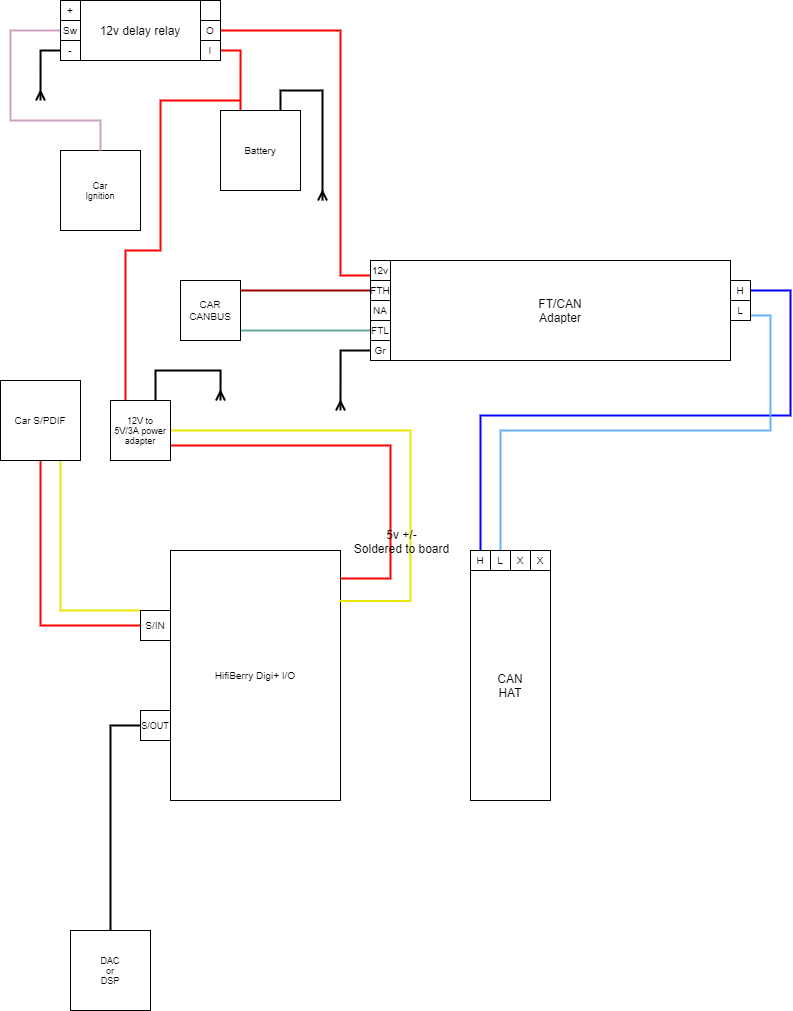
Above: images/CANBusConnections.png in joshpatten/HyundaiCan (draw.io), before the change. Source tidied: cells renumbered, new cells last; positions are measured from the earlier drawing's top-left corner, leaving out a move shared by most shapes. The source it was exported from:
```xml
<mxGraphModel>
  <root>
    <mxCell id="0" />
    <mxCell id="1" parent="0" />
    <mxCell id="2" value="FT/CAN&lt;br&gt;Adapter" style="rounded=0;whiteSpace=wrap;html=1;" parent="1" vertex="1">
      <mxGeometry x="390" y="260" width="340" height="100" as="geometry" />
    </mxCell>
    <mxCell id="3" style="edgeStyle=orthogonalEdgeStyle;rounded=0;jettySize=auto;html=1;exitX=0;exitY=0.75;exitDx=0;exitDy=0;entryX=1;entryY=0.5;entryDx=0;entryDy=0;fontSize=12;endArrow=none;endFill=0;strokeWidth=2;strokeColor=#FF0000;" parent="1" edge="1" source="4" target="42">
      <mxGeometry relative="1" as="geometry">
        <Array as="points">
          <mxPoint x="340" y="275" />
          <mxPoint x="340" y="30" />
        </Array>
      </mxGeometry>
    </mxCell>
    <mxCell id="4" value="12v" style="whiteSpace=wrap;html=1;fontSize=10;" parent="1" vertex="1">
      <mxGeometry x="370" y="260" width="20" height="20" as="geometry" />
    </mxCell>
    <mxCell id="5" style="edgeStyle=orthogonalEdgeStyle;rounded=0;jettySize=auto;html=1;exitX=0;exitY=0.5;exitDx=0;exitDy=0;fontSize=10;endArrow=none;endFill=0;strokeWidth=2;strokeColor=#990000;" parent="1" edge="1" source="6">
      <mxGeometry relative="1" as="geometry">
        <mxPoint x="240" y="290" as="targetPoint" />
      </mxGeometry>
    </mxCell>
    <mxCell id="6" value="FTH" style="whiteSpace=wrap;html=1;fontSize=10;" parent="1" vertex="1">
      <mxGeometry x="370" y="280" width="20" height="20" as="geometry" />
    </mxCell>
    <mxCell id="7" value="NA" style="whiteSpace=wrap;html=1;fontSize=10;" parent="1" vertex="1">
      <mxGeometry x="370" y="300" width="20" height="20" as="geometry" />
    </mxCell>
    <mxCell id="8" style="edgeStyle=orthogonalEdgeStyle;rounded=0;jettySize=auto;html=1;exitX=0;exitY=0.5;exitDx=0;exitDy=0;fontSize=10;endArrow=none;endFill=0;strokeWidth=2;strokeColor=#67AB9F;" parent="1" edge="1" source="9">
      <mxGeometry relative="1" as="geometry">
        <mxPoint x="240" y="330" as="targetPoint" />
      </mxGeometry>
    </mxCell>
    <mxCell id="9" value="FTL" style="whiteSpace=wrap;html=1;fontSize=10;" parent="1" vertex="1">
      <mxGeometry x="370" y="320" width="20" height="20" as="geometry" />
    </mxCell>
    <mxCell id="10" style="edgeStyle=orthogonalEdgeStyle;rounded=0;jettySize=auto;html=1;exitX=0;exitY=0.5;exitDx=0;exitDy=0;fontSize=12;endArrow=ERmany;endFill=0;strokeColor=#000000;strokeWidth=2;" parent="1" edge="1" source="11">
      <mxGeometry relative="1" as="geometry">
        <mxPoint x="340" y="410" as="targetPoint" />
      </mxGeometry>
    </mxCell>
    <mxCell id="11" value="Gr" style="whiteSpace=wrap;html=1;fontSize=10;" parent="1" vertex="1">
      <mxGeometry x="370" y="340" width="20" height="20" as="geometry" />
    </mxCell>
    <mxCell id="12" style="edgeStyle=orthogonalEdgeStyle;rounded=0;jettySize=auto;html=1;exitX=1;exitY=0.5;exitDx=0;exitDy=0;fontSize=12;endArrow=none;endFill=0;strokeWidth=2;strokeColor=#0000FF;" parent="1" edge="1" source="13" target="45">
      <mxGeometry relative="1" as="geometry">
        <Array as="points">
          <mxPoint x="790" y="290" />
          <mxPoint x="790" y="415" />
          <mxPoint x="480" y="415" />
        </Array>
      </mxGeometry>
    </mxCell>
    <mxCell id="13" value="H" style="whiteSpace=wrap;html=1;fontSize=10;" parent="1" vertex="1">
      <mxGeometry x="730" y="280" width="20" height="20" as="geometry" />
    </mxCell>
    <mxCell id="14" style="edgeStyle=orthogonalEdgeStyle;rounded=0;jettySize=auto;html=1;exitX=1;exitY=0.75;exitDx=0;exitDy=0;entryX=0.5;entryY=0;entryDx=0;entryDy=0;fontSize=12;endArrow=none;endFill=0;strokeWidth=2;strokeColor=#66B2FF;" parent="1" edge="1" source="15" target="46">
      <mxGeometry relative="1" as="geometry">
        <Array as="points">
          <mxPoint x="770" y="315" />
          <mxPoint x="770" y="430" />
          <mxPoint x="500" y="430" />
        </Array>
      </mxGeometry>
    </mxCell>
    <mxCell id="15" value="L" style="whiteSpace=wrap;html=1;fontSize=10;" parent="1" vertex="1">
      <mxGeometry x="730" y="300" width="20" height="20" as="geometry" />
    </mxCell>
    <mxCell id="16" value="CAR&lt;br&gt;CANBUS" style="rounded=0;whiteSpace=wrap;html=1;fontSize=10;" parent="1" vertex="1">
      <mxGeometry x="180" y="280" width="60" height="60" as="geometry" />
    </mxCell>
    <mxCell id="17" style="edgeStyle=orthogonalEdgeStyle;rounded=0;jettySize=auto;html=1;exitX=0.75;exitY=0;exitDx=0;exitDy=0;fontSize=12;endArrow=ERmany;endFill=0;strokeColor=#000000;strokeWidth=2;" parent="1" edge="1" source="19">
      <mxGeometry relative="1" as="geometry">
        <mxPoint x="322" y="200" as="targetPoint" />
      </mxGeometry>
    </mxCell>
    <mxCell id="18" style="edgeStyle=orthogonalEdgeStyle;rounded=0;jettySize=auto;html=1;exitX=0.25;exitY=0;exitDx=0;exitDy=0;fontSize=12;endArrow=none;endFill=0;strokeWidth=2;strokeColor=#FF0000;entryX=1;entryY=0.5;entryDx=0;entryDy=0;" parent="1" edge="1" source="19" target="43">
      <mxGeometry relative="1" as="geometry">
        <Array as="points">
          <mxPoint x="240" y="50" />
        </Array>
      </mxGeometry>
    </mxCell>
    <mxCell id="19" value="Battery" style="whiteSpace=wrap;html=1;fontSize=10;" parent="1" vertex="1">
      <mxGeometry x="220" y="110" width="80" height="80" as="geometry" />
    </mxCell>
    <mxCell id="20" value="&lt;font size=&quot;1&quot;&gt;HifiBerry Digi+ I/O&lt;/font&gt;" style="rounded=0;whiteSpace=wrap;html=1;fontSize=10;" parent="1" vertex="1">
      <mxGeometry x="170" y="550" width="170" height="250" as="geometry" />
    </mxCell>
    <mxCell id="21" style="edgeStyle=orthogonalEdgeStyle;rounded=0;jettySize=auto;html=1;exitX=0.5;exitY=1;exitDx=0;exitDy=0;entryX=0;entryY=0.5;entryDx=0;entryDy=0;fontSize=9;endArrow=none;endFill=0;strokeWidth=2;strokeColor=#FF0000;" parent="1" edge="1" source="23" target="24">
      <mxGeometry relative="1" as="geometry" />
    </mxCell>
    <mxCell id="22" style="edgeStyle=orthogonalEdgeStyle;rounded=0;jettySize=auto;html=1;exitX=0.75;exitY=1;exitDx=0;exitDy=0;entryX=0;entryY=0;entryDx=0;entryDy=0;fontSize=9;endArrow=none;endFill=0;strokeWidth=2;strokeColor=#E8E800;" parent="1" edge="1" source="23" target="24">
      <mxGeometry relative="1" as="geometry">
        <Array as="points">
          <mxPoint x="60" y="610" />
        </Array>
      </mxGeometry>
    </mxCell>
    <mxCell id="23" value="Car S/PDIF" style="whiteSpace=wrap;html=1;fontSize=10;" parent="1" vertex="1">
      <mxGeometry y="380" width="80" height="80" as="geometry" />
    </mxCell>
    <mxCell id="24" value="S/IN" style="whiteSpace=wrap;html=1;fontSize=10;" parent="1" vertex="1">
      <mxGeometry x="140" y="610" width="30" height="30" as="geometry" />
    </mxCell>
    <mxCell id="25" style="edgeStyle=orthogonalEdgeStyle;rounded=0;jettySize=auto;html=1;exitX=0;exitY=0.5;exitDx=0;exitDy=0;entryX=0.5;entryY=0;entryDx=0;entryDy=0;fontSize=9;endArrow=none;endFill=0;strokeWidth=2;" parent="1" edge="1" source="26" target="33">
      <mxGeometry relative="1" as="geometry" />
    </mxCell>
    <mxCell id="26" value="S/OUT" style="whiteSpace=wrap;html=1;fontSize=9;" parent="1" vertex="1">
      <mxGeometry x="140" y="710" width="30" height="30" as="geometry" />
    </mxCell>
    <mxCell id="27" style="edgeStyle=orthogonalEdgeStyle;rounded=0;jettySize=auto;html=1;exitX=1;exitY=0.75;exitDx=0;exitDy=0;entryX=1;entryY=0.112;entryDx=0;entryDy=0;entryPerimeter=0;fontSize=9;endArrow=none;endFill=0;strokeWidth=2;strokeColor=#FF0000;" parent="1" edge="1" source="32" target="20">
      <mxGeometry relative="1" as="geometry">
        <Array as="points">
          <mxPoint x="390" y="445" />
          <mxPoint x="390" y="578" />
        </Array>
      </mxGeometry>
    </mxCell>
    <mxCell id="28" style="edgeStyle=orthogonalEdgeStyle;rounded=0;jettySize=auto;html=1;exitX=1;exitY=0.5;exitDx=0;exitDy=0;entryX=0.994;entryY=0.202;entryDx=0;entryDy=0;entryPerimeter=0;fontSize=9;endArrow=none;endFill=0;strokeWidth=2;strokeColor=#E8E800;" parent="1" edge="1" source="32" target="20">
      <mxGeometry relative="1" as="geometry">
        <Array as="points">
          <mxPoint x="410" y="430" />
          <mxPoint x="410" y="600" />
        </Array>
      </mxGeometry>
    </mxCell>
    <mxCell id="29" value="&lt;font style=&quot;font-size: 12px&quot;&gt;5v +/-&lt;br&gt;Soldered to board&lt;/font&gt;" style="edgeLabel;html=1;align=center;verticalAlign=middle;fontSize=9;labelBackgroundColor=none;" parent="28" vertex="1">
      <mxGeometry x="0.17" y="4" relative="1" as="geometry">
        <mxPoint x="-14" y="69" as="offset" />
      </mxGeometry>
    </mxCell>
    <mxCell id="30" style="edgeStyle=orthogonalEdgeStyle;rounded=0;jettySize=auto;html=1;exitX=0.25;exitY=0;exitDx=0;exitDy=0;fontSize=12;endArrow=none;endFill=0;strokeWidth=2;strokeColor=#FF0000;" parent="1" edge="1" source="32">
      <mxGeometry relative="1" as="geometry">
        <mxPoint x="240" y="100" as="targetPoint" />
        <Array as="points">
          <mxPoint x="125" y="250" />
          <mxPoint x="160" y="250" />
          <mxPoint x="160" y="100" />
        </Array>
      </mxGeometry>
    </mxCell>
    <mxCell id="31" style="edgeStyle=orthogonalEdgeStyle;rounded=0;jettySize=auto;html=1;exitX=0.75;exitY=0;exitDx=0;exitDy=0;fontSize=12;endArrow=ERmany;endFill=0;strokeWidth=2;" parent="1" edge="1" source="32">
      <mxGeometry relative="1" as="geometry">
        <mxPoint x="220" y="400" as="targetPoint" />
        <Array as="points">
          <mxPoint x="155" y="370" />
          <mxPoint x="220" y="370" />
        </Array>
      </mxGeometry>
    </mxCell>
    <mxCell id="32" value="12V to&lt;br&gt;5V/3A power&lt;br&gt;adapter" style="whiteSpace=wrap;html=1;fontSize=9;" parent="1" vertex="1">
      <mxGeometry x="110" y="400" width="60" height="60" as="geometry" />
    </mxCell>
    <mxCell id="33" value="DAC&lt;br&gt;or&lt;br&gt;DSP" style="whiteSpace=wrap;html=1;labelBackgroundColor=none;fontSize=9;" parent="1" vertex="1">
      <mxGeometry x="70" y="930" width="80" height="80" as="geometry" />
    </mxCell>
    <mxCell id="34" value="Car&lt;br&gt;Ignition" style="whiteSpace=wrap;html=1;labelBackgroundColor=none;fontSize=9;" parent="1" vertex="1">
      <mxGeometry x="60" y="150" width="80" height="80" as="geometry" />
    </mxCell>
    <mxCell id="35" value="12v delay relay" style="rounded=0;whiteSpace=wrap;html=1;labelBackgroundColor=none;fontSize=12;" parent="1" vertex="1">
      <mxGeometry x="80" width="120" height="60" as="geometry" />
    </mxCell>
    <mxCell id="36" value="+" style="whiteSpace=wrap;html=1;fontSize=10;" parent="1" vertex="1">
      <mxGeometry x="60" width="20" height="20" as="geometry" />
    </mxCell>
    <mxCell id="37" style="edgeStyle=orthogonalEdgeStyle;rounded=0;jettySize=auto;html=1;exitX=0;exitY=0.5;exitDx=0;exitDy=0;entryX=0.5;entryY=0;entryDx=0;entryDy=0;fontSize=12;endArrow=none;endFill=0;strokeWidth=2;strokeColor=#CDA2BE;" parent="1" edge="1" source="38" target="34">
      <mxGeometry relative="1" as="geometry">
        <Array as="points">
          <mxPoint x="10" y="30" />
          <mxPoint x="10" y="120" />
          <mxPoint x="100" y="120" />
        </Array>
      </mxGeometry>
    </mxCell>
    <mxCell id="38" value="Sw" style="whiteSpace=wrap;html=1;fontSize=10;" parent="1" vertex="1">
      <mxGeometry x="60" y="20" width="20" height="20" as="geometry" />
    </mxCell>
    <mxCell id="39" style="edgeStyle=orthogonalEdgeStyle;rounded=0;jettySize=auto;html=1;exitX=0;exitY=0.5;exitDx=0;exitDy=0;fontSize=12;endArrow=ERmany;endFill=0;strokeWidth=2;" parent="1" edge="1" source="40">
      <mxGeometry relative="1" as="geometry">
        <mxPoint x="40" y="100" as="targetPoint" />
      </mxGeometry>
    </mxCell>
    <mxCell id="40" value="-" style="whiteSpace=wrap;html=1;fontSize=10;" parent="1" vertex="1">
      <mxGeometry x="60" y="40" width="20" height="20" as="geometry" />
    </mxCell>
    <mxCell id="41" style="whiteSpace=wrap;html=1;fontSize=10;" parent="1" vertex="1">
      <mxGeometry x="200" width="20" height="20" as="geometry" />
    </mxCell>
    <mxCell id="42" value="O" style="whiteSpace=wrap;html=1;fontSize=10;" parent="1" vertex="1">
      <mxGeometry x="200" y="20" width="20" height="20" as="geometry" />
    </mxCell>
    <mxCell id="43" value="I" style="whiteSpace=wrap;html=1;fontSize=10;" parent="1" vertex="1">
      <mxGeometry x="200" y="40" width="20" height="20" as="geometry" />
    </mxCell>
    <mxCell id="44" value="CAN&lt;br&gt;HAT" style="rounded=0;whiteSpace=wrap;html=1;labelBackgroundColor=none;fontSize=12;" parent="1" vertex="1">
      <mxGeometry x="470" y="570" width="80" height="230" as="geometry" />
    </mxCell>
    <mxCell id="45" value="H" style="whiteSpace=wrap;html=1;fontSize=10;" parent="1" vertex="1">
      <mxGeometry x="470" y="550" width="20" height="20" as="geometry" />
    </mxCell>
    <mxCell id="46" value="L" style="whiteSpace=wrap;html=1;fontSize=10;" parent="1" vertex="1">
      <mxGeometry x="490" y="550" width="20" height="20" as="geometry" />
    </mxCell>
    <mxCell id="47" value="X" style="whiteSpace=wrap;html=1;fontSize=10;" parent="1" vertex="1">
      <mxGeometry x="510" y="550" width="20" height="20" as="geometry" />
    </mxCell>
    <mxCell id="48" value="X" style="whiteSpace=wrap;html=1;fontSize=10;" parent="1" vertex="1">
      <mxGeometry x="530" y="550" width="20" height="20" as="geometry" />
    </mxCell>
  </root>
</mxGraphModel>
```
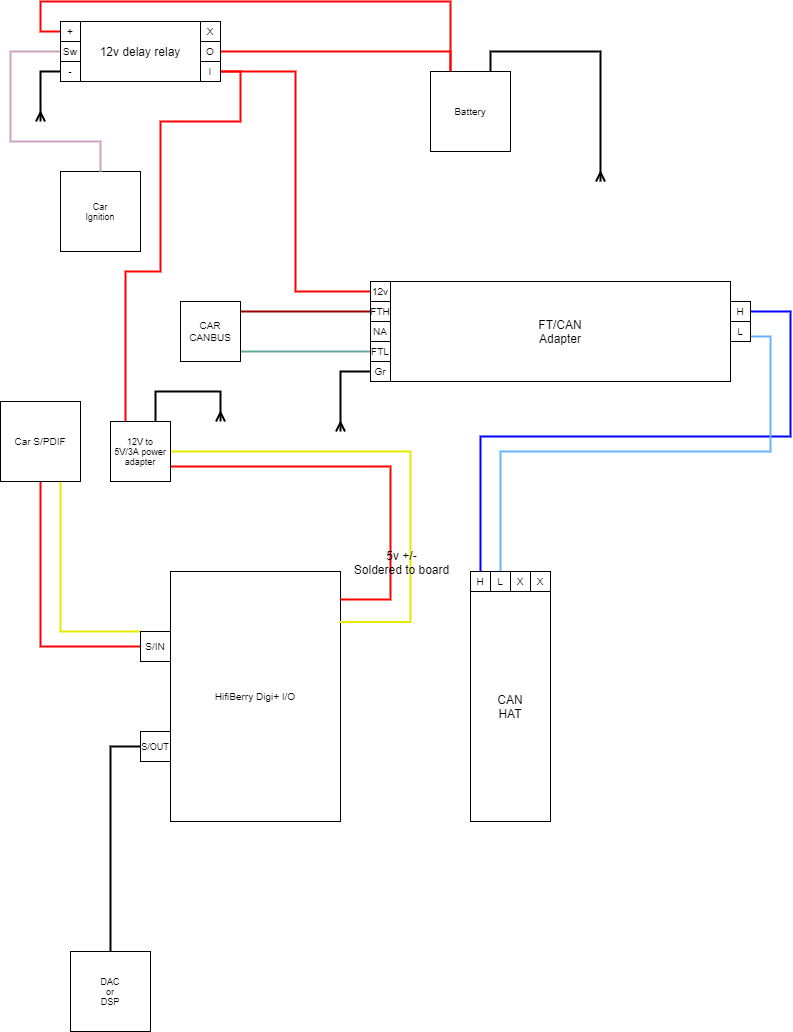
Above is the later version.

What changed in the source:
```diff
@@ -5,14 +5,9 @@
     <mxCell id="2" value="FT/CAN&lt;br&gt;Adapter" style="rounded=0;whiteSpace=wrap;html=1;" parent="1" vertex="1">
       <mxGeometry x="390" y="260" width="340" height="100" as="geometry" />
     </mxCell>
-    <mxCell id="3" style="edgeStyle=orthogonalEdgeStyle;rounded=0;jettySize=auto;html=1;exitX=0;exitY=0.75;exitDx=0;exitDy=0;entryX=1;entryY=0.5;entryDx=0;entryDy=0;fontSize=12;endArrow=none;endFill=0;strokeWidth=2;strokeColor=#FF0000;" parent="1" edge="1" source="4" target="42">
-      <mxGeometry relative="1" as="geometry">
-        <Array as="points">
-          <mxPoint x="340" y="275" />
-          <mxPoint x="340" y="30" />
-        </Array>
-      </mxGeometry>
-    </mxCell>
+    <mxCell id="49" style="edgeStyle=orthogonalEdgeStyle;rounded=0;jettySize=auto;html=1;exitX=0;exitY=0.5;exitDx=0;exitDy=0;entryX=1;entryY=0.5;entryDx=0;entryDy=0;endArrow=none;endFill=0;strokeColor=#FF0000;strokeWidth=2;" parent="1" edge="1" source="4" target="43">
+      <mxGeometry relative="1" as="geometry" />
+    </mxCell>
     <mxCell id="4" value="12v" style="whiteSpace=wrap;html=1;fontSize=10;" parent="1" vertex="1">
       <mxGeometry x="370" y="260" width="20" height="20" as="geometry" />
     </mxCell>
@@ -72,18 +67,27 @@
     </mxCell>
     <mxCell id="17" style="edgeStyle=orthogonalEdgeStyle;rounded=0;jettySize=auto;html=1;exitX=0.75;exitY=0;exitDx=0;exitDy=0;fontSize=12;endArrow=ERmany;endFill=0;strokeColor=#000000;strokeWidth=2;" parent="1" edge="1" source="19">
       <mxGeometry relative="1" as="geometry">
-        <mxPoint x="322" y="200" as="targetPoint" />
+        <mxPoint x="600" y="160" as="targetPoint" />
       </mxGeometry>
     </mxCell>
-    <mxCell id="18" style="edgeStyle=orthogonalEdgeStyle;rounded=0;jettySize=auto;html=1;exitX=0.25;exitY=0;exitDx=0;exitDy=0;fontSize=12;endArrow=none;endFill=0;strokeWidth=2;strokeColor=#FF0000;entryX=1;entryY=0.5;entryDx=0;entryDy=0;" parent="1" edge="1" source="19" target="43">
+    <mxCell id="18" style="edgeStyle=orthogonalEdgeStyle;rounded=0;jettySize=auto;html=1;exitX=0.25;exitY=0;exitDx=0;exitDy=0;fontSize=12;endArrow=none;endFill=0;strokeWidth=2;strokeColor=#FF0000;entryX=1;entryY=0.5;entryDx=0;entryDy=0;" parent="1" edge="1" source="19" target="42">
       <mxGeometry relative="1" as="geometry">
         <Array as="points">
-          <mxPoint x="240" y="50" />
+          <mxPoint x="450" y="30" />
         </Array>
       </mxGeometry>
     </mxCell>
+    <mxCell id="50" style="edgeStyle=orthogonalEdgeStyle;rounded=0;jettySize=auto;html=1;exitX=0.25;exitY=0;exitDx=0;exitDy=0;entryX=0;entryY=0.5;entryDx=0;entryDy=0;endArrow=none;endFill=0;strokeWidth=2;strokeColor=#FF0000;" parent="1" edge="1" source="19" target="36">
+      <mxGeometry relative="1" as="geometry">
+        <Array as="points">
+          <mxPoint x="450" y="-20" />
+          <mxPoint x="40" y="-20" />
+          <mxPoint x="40" y="10" />
+        </Array>
+      </mxGeometry>
+    </mxCell>
     <mxCell id="19" value="Battery" style="whiteSpace=wrap;html=1;fontSize=10;" parent="1" vertex="1">
-      <mxGeometry x="220" y="110" width="80" height="80" as="geometry" />
+      <mxGeometry x="430" y="50" width="80" height="80" as="geometry" />
     </mxCell>
     <mxCell id="20" value="&lt;font size=&quot;1&quot;&gt;HifiBerry Digi+ I/O&lt;/font&gt;" style="rounded=0;whiteSpace=wrap;html=1;fontSize=10;" parent="1" vertex="1">
       <mxGeometry x="170" y="550" width="170" height="250" as="geometry" />
@@ -131,13 +135,14 @@
         <mxPoint x="-14" y="69" as="offset" />
       </mxGeometry>
     </mxCell>
-    <mxCell id="30" style="edgeStyle=orthogonalEdgeStyle;rounded=0;jettySize=auto;html=1;exitX=0.25;exitY=0;exitDx=0;exitDy=0;fontSize=12;endArrow=none;endFill=0;strokeWidth=2;strokeColor=#FF0000;" parent="1" edge="1" source="32">
+    <mxCell id="30" style="edgeStyle=orthogonalEdgeStyle;rounded=0;jettySize=auto;html=1;exitX=0.25;exitY=0;exitDx=0;exitDy=0;fontSize=12;endArrow=none;endFill=0;strokeWidth=2;strokeColor=#FF0000;entryX=1;entryY=0.5;entryDx=0;entryDy=0;" parent="1" edge="1" source="32" target="43">
       <mxGeometry relative="1" as="geometry">
-        <mxPoint x="240" y="100" as="targetPoint" />
         <Array as="points">
           <mxPoint x="125" y="250" />
           <mxPoint x="160" y="250" />
           <mxPoint x="160" y="100" />
+          <mxPoint x="240" y="100" />
+          <mxPoint x="240" y="50" />
         </Array>
       </mxGeometry>
     </mxCell>
@@ -185,7 +190,7 @@
     <mxCell id="40" value="-" style="whiteSpace=wrap;html=1;fontSize=10;" parent="1" vertex="1">
       <mxGeometry x="60" y="40" width="20" height="20" as="geometry" />
     </mxCell>
-    <mxCell id="41" style="whiteSpace=wrap;html=1;fontSize=10;" parent="1" vertex="1">
+    <mxCell id="41" value="X" style="whiteSpace=wrap;html=1;fontSize=10;" parent="1" vertex="1">
       <mxGeometry x="200" width="20" height="20" as="geometry" />
     </mxCell>
     <mxCell id="42" value="O" style="whiteSpace=wrap;html=1;fontSize=10;" parent="1" vertex="1">
```
